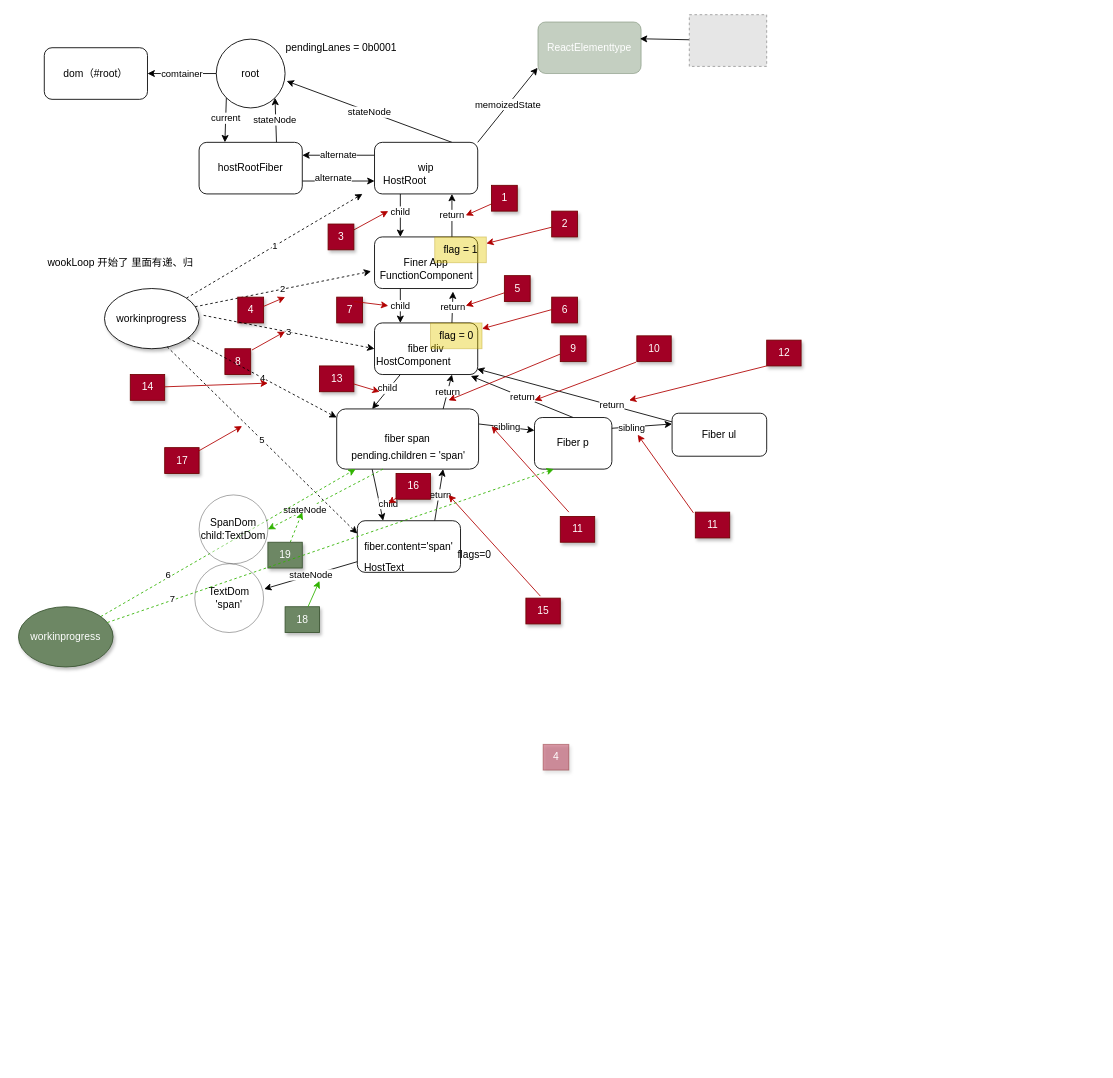
The draw.io diagram doc/sibling2.drawio in liuwei1992/mini_react, before the edit. Source tidied: cells renumbered, new cells numbered last; positions are measured from the earlier drawing's top-left corner, leaving out a move shared by most shapes. Both pictures are drawn from the tidied source at 86%, with x=0, y=0 at pixel (18, 15). Pictures stored in the file or linked from it are replaced by grey dashed boxes.
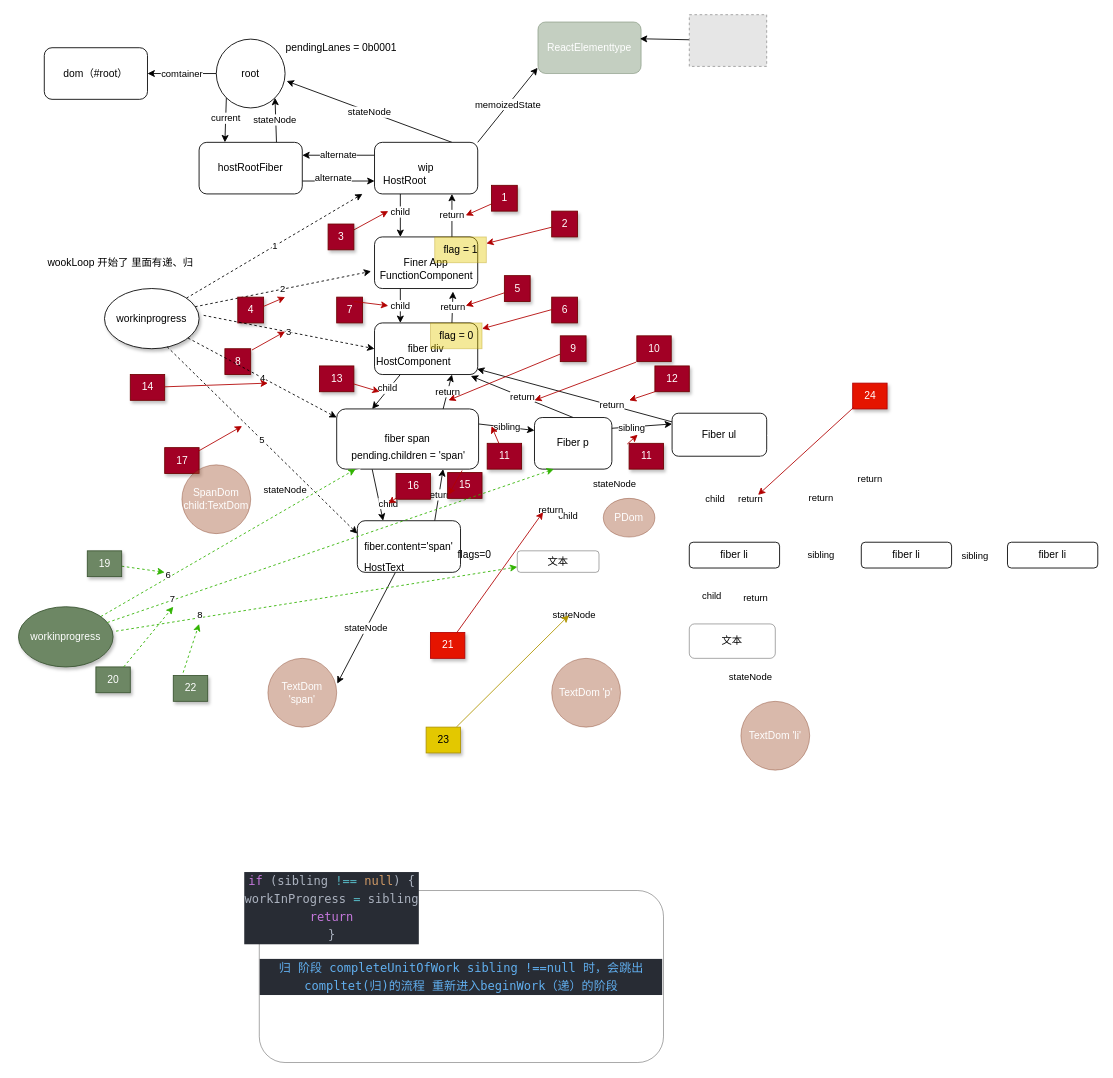
The same page after the edit.

Commit message (it also covers changes not shown here):
sibling 画图更新

Unchanged cells that the change refers to:
```xml
<mxCell id="30" value="Fiber p" style="rounded=1;whiteSpace=wrap;html=1;" parent="1" vertex="1">
  <mxGeometry x="600" y="468" width="90" height="60" as="geometry" />
</mxCell>
<mxCell id="33" value="Fiber ul" style="rounded=1;whiteSpace=wrap;html=1;" parent="1" vertex="1">
  <mxGeometry x="760" y="463" width="110" height="50" as="geometry" />
</mxCell>
<mxCell id="38" value="pending.children = 'span'" style="text;html=1;align=center;verticalAlign=middle;points=[];strokeColor=none;fillColor=none;" parent="1" vertex="1">
  <mxGeometry x="372.5" y="498" width="160" height="30" as="geometry" />
</mxCell>
```

The edit, as a diff of the source:
```diff
@@
+    <mxCell id="106" value="stateNode" style="edgeStyle=none;html=1;entryX=0.5;entryY=0;entryDx=0;entryDy=0;strokeColor=#FFFFFF;" parent="1" edge="1" source="30" target="110">
+      <mxGeometry relative="1" as="geometry" />
+    </mxCell>
+    <mxCell id="107" style="edgeStyle=none;html=1;entryX=0.597;entryY=-0.035;entryDx=0;entryDy=0;entryPerimeter=0;strokeColor=#FFFFFF;" parent="1" edge="1" source="30" target="113">
+      <mxGeometry relative="1" as="geometry" />
+    </mxCell>
+    <mxCell id="108" value="child" style="edgeLabel;html=1;align=center;verticalAlign=middle;" parent="107" vertex="1">
+      <mxGeometry x="0.15" y="-1" relative="1" as="geometry" />
+    </mxCell>
@@
+    <mxCell id="109" value="child" style="edgeStyle=none;html=1;entryX=0.25;entryY=0;entryDx=0;entryDy=0;strokeColor=#FFFFFF;" parent="1" edge="1" source="33" target="127">
+      <mxGeometry relative="1" as="geometry" />
+    </mxCell>
@@
-    <mxCell id="36" style="edgeStyle=none;html=1;entryX=1;entryY=0.5;entryDx=0;entryDy=0;dashed=1;strokeColor=#30b300;" parent="1" edge="1" source="38" target="102">
+    <mxCell id="36" style="edgeStyle=none;html=1;entryX=1;entryY=0.5;entryDx=0;entryDy=0;strokeColor=#FFFFFF;" parent="1" edge="1" source="38" target="102">
       <mxGeometry relative="1" as="geometry" />
     </mxCell>
@@
-    <mxCell id="69" value="4" style="text;html=1;align=center;verticalAlign=middle;strokeColor=#6F0000;fillColor=#a20025;shadow=1;fontColor=#ffffff;opacity=40;" parent="1" vertex="1">
-      <mxGeometry x="610" y="848" width="30" height="30" as="geometry" />
-    </mxCell>
@@
     <mxCell id="78" value="11" style="text;html=1;align=center;verticalAlign=middle;points=[];strokeColor=#6F0000;fillColor=#a20025;shadow=1;fontColor=#ffffff;" parent="1" vertex="1">
-      <mxGeometry x="630" y="583" width="40" height="30" as="geometry" />
+      <mxGeometry x="545" y="498" width="40" height="30" as="geometry" />
     </mxCell>
-    <mxCell id="79" style="edgeStyle=none;html=1;fillColor=#e51400;strokeColor=#B20000;" parent="1" edge="1">
+    <mxCell id="79" style="edgeStyle=none;html=1;fillColor=#e51400;strokeColor=#B20000;" parent="1" edge="1" source="78">
       <mxGeometry relative="1" as="geometry">
-        <mxPoint x="640" y="578" as="sourcePoint" />
         <mxPoint x="550" y="478" as="targetPoint" />
       </mxGeometry>
     </mxCell>
     <mxCell id="80" value="12" style="text;html=1;align=center;verticalAlign=middle;points=[];strokeColor=#6F0000;fillColor=#a20025;shadow=1;fontColor=#ffffff;" parent="1" vertex="1">
-      <mxGeometry x="870" y="378" width="40" height="30" as="geometry" />
+      <mxGeometry x="740" y="408" width="40" height="30" as="geometry" />
     </mxCell>
@@
     <mxCell id="82" value="11" style="text;html=1;align=center;verticalAlign=middle;points=[];strokeColor=#6F0000;fillColor=#a20025;shadow=1;fontColor=#ffffff;" parent="1" vertex="1">
-      <mxGeometry x="787" y="578" width="40" height="30" as="geometry" />
+      <mxGeometry x="710" y="498" width="40" height="30" as="geometry" />
     </mxCell>
@@
     <mxCell id="89" value="15" style="text;html=1;align=center;verticalAlign=middle;points=[];strokeColor=#6F0000;fillColor=#a20025;shadow=1;fontColor=#ffffff;" parent="1" vertex="1">
-      <mxGeometry x="590" y="678" width="40" height="30" as="geometry" />
+      <mxGeometry x="499" y="532" width="40" height="30" as="geometry" />
     </mxCell>
@@
-    <mxCell id="97" value="TextDom 'span'" style="ellipse;whiteSpace=wrap;html=1;opacity=40;" parent="1" vertex="1">
-      <mxGeometry x="205" y="638" width="80" height="80" as="geometry" />
+    <mxCell id="97" value="TextDom 'span'" style="ellipse;whiteSpace=wrap;html=1;opacity=40;fillColor=#a0522d;fontColor=#ffffff;strokeColor=#6D1F00;" parent="1" vertex="1">
+      <mxGeometry x="290" y="748" width="80" height="80" as="geometry" />
     </mxCell>
-    <mxCell id="98" value="18" style="text;html=1;align=center;verticalAlign=middle;points=[];strokeColor=#3A5431;fillColor=#6d8764;shadow=1;fontColor=#ffffff;" parent="1" vertex="1">
-      <mxGeometry x="310" y="688" width="40" height="30" as="geometry" />
-    </mxCell>
-    <mxCell id="99" style="edgeStyle=none;html=1;fillColor=#e51400;strokeColor=#30b300;" parent="1" edge="1" source="98">
-      <mxGeometry relative="1" as="geometry">
-        <mxPoint x="350" y="658" as="targetPoint" />
-      </mxGeometry>
-    </mxCell>
@@
-    <mxCell id="102" value="SpanDom&lt;br&gt;child:TextDom" style="ellipse;whiteSpace=wrap;html=1;opacity=40;" parent="1" vertex="1">
-      <mxGeometry x="210" y="558" width="80" height="80" as="geometry" />
+    <mxCell id="102" value="SpanDom&lt;br&gt;child:TextDom" style="ellipse;whiteSpace=wrap;html=1;opacity=40;fillColor=#a0522d;fontColor=#ffffff;strokeColor=#6D1F00;" parent="1" vertex="1">
+      <mxGeometry x="190" y="523" width="80" height="80" as="geometry" />
     </mxCell>
     <mxCell id="103" style="edgeStyle=none;html=1;dashed=1;strokeColor=#30b300;" parent="1" edge="1" source="104">
       <mxGeometry relative="1" as="geometry">
-        <mxPoint x="330" y="578" as="targetPoint" />
+        <mxPoint x="170" y="648" as="targetPoint" />
       </mxGeometry>
     </mxCell>
     <mxCell id="104" value="19" style="text;html=1;align=center;verticalAlign=middle;points=[];strokeColor=#3A5431;fillColor=#6d8764;shadow=1;fontColor=#ffffff;" parent="1" vertex="1">
-      <mxGeometry x="290" y="613" width="40" height="30" as="geometry" />
+      <mxGeometry x="80" y="623" width="40" height="30" as="geometry" />
     </mxCell>
@@
+    <mxCell id="110" value="PDom" style="ellipse;whiteSpace=wrap;html=1;opacity=40;fillColor=#a0522d;fontColor=#ffffff;strokeColor=#6D1F00;" parent="1" vertex="1">
+      <mxGeometry x="680" y="562" width="60" height="45" as="geometry" />
+    </mxCell>
+    <mxCell id="111" value="return" style="edgeStyle=none;html=1;exitX=0.25;exitY=0;exitDx=0;exitDy=0;strokeColor=#FFFFFF;" parent="1" edge="1" source="113" target="30">
+      <mxGeometry relative="1" as="geometry" />
+    </mxCell>
+    <mxCell id="112" value="stateNode" style="edgeStyle=none;html=1;entryX=0.5;entryY=0;entryDx=0;entryDy=0;strokeColor=#FFFFFF;" parent="1" edge="1" source="113" target="121">
+      <mxGeometry relative="1" as="geometry" />
+    </mxCell>
+    <mxCell id="113" value="文本" style="rounded=1;whiteSpace=wrap;html=1;opacity=40;" parent="1" vertex="1">
+      <mxGeometry x="580" y="623" width="95" height="25" as="geometry" />
+    </mxCell>
+    <mxCell id="114" style="edgeStyle=none;html=1;strokeColor=#B20000;fillColor=#e51400;" parent="1" edge="1" source="115">
+      <mxGeometry relative="1" as="geometry">
+        <mxPoint x="610" y="578" as="targetPoint" />
+      </mxGeometry>
+    </mxCell>
+    <mxCell id="115" value="21" style="text;html=1;align=center;verticalAlign=middle;points=[];strokeColor=#B20000;fillColor=#e51400;shadow=1;fontColor=#ffffff;" parent="1" vertex="1">
+      <mxGeometry x="479" y="718" width="40" height="30" as="geometry" />
+    </mxCell>
+    <mxCell id="116" value="20" style="text;html=1;align=center;verticalAlign=middle;points=[];strokeColor=#3A5431;fillColor=#6d8764;shadow=1;fontColor=#ffffff;" parent="1" vertex="1">
+      <mxGeometry x="90" y="758" width="40" height="30" as="geometry" />
+    </mxCell>
+    <mxCell id="117" style="edgeStyle=none;html=1;dashed=1;strokeColor=#30b300;" parent="1" edge="1" source="116">
+      <mxGeometry relative="1" as="geometry">
+        <mxPoint x="180" y="688" as="targetPoint" />
+      </mxGeometry>
+    </mxCell>
+    <mxCell id="118" value="8" style="edgeStyle=none;html=1;strokeColor=#30b300;dashed=1;entryX=0;entryY=0.75;entryDx=0;entryDy=0;" parent="1" edge="1" target="113">
+      <mxGeometry x="-0.58" y="3" relative="1" as="geometry">
+        <mxPoint x="113.4" y="716.4" as="sourcePoint" />
+      </mxGeometry>
+    </mxCell>
+    <mxCell id="119" value="22" style="text;html=1;align=center;verticalAlign=middle;points=[];strokeColor=#3A5431;fillColor=#6d8764;shadow=1;fontColor=#ffffff;" parent="1" vertex="1">
+      <mxGeometry x="180" y="768" width="40" height="30" as="geometry" />
+    </mxCell>
+    <mxCell id="120" style="edgeStyle=none;html=1;dashed=1;strokeColor=#30b300;exitX=0.286;exitY=-0.111;exitDx=0;exitDy=0;exitPerimeter=0;" parent="1" edge="1" source="119">
+      <mxGeometry relative="1" as="geometry">
+        <mxPoint x="210" y="708" as="targetPoint" />
+      </mxGeometry>
+    </mxCell>
+    <mxCell id="121" value="TextDom 'p'" style="ellipse;whiteSpace=wrap;html=1;opacity=40;fillColor=#a0522d;fontColor=#ffffff;strokeColor=#6D1F00;" parent="1" vertex="1">
+      <mxGeometry x="620" y="748" width="80" height="80" as="geometry" />
+    </mxCell>
+    <mxCell id="122" style="edgeStyle=none;html=1;strokeColor=#B09500;fillColor=#e3c800;" parent="1" edge="1" source="123">
+      <mxGeometry relative="1" as="geometry">
+        <mxPoint x="640" y="698" as="targetPoint" />
+      </mxGeometry>
+    </mxCell>
+    <mxCell id="123" value="23" style="text;html=1;align=center;verticalAlign=middle;points=[];strokeColor=#B09500;fillColor=#e3c800;shadow=1;fontColor=#000000;" parent="1" vertex="1">
+      <mxGeometry x="474" y="828" width="40" height="30" as="geometry" />
+    </mxCell>
+    <mxCell id="124" value="return" style="edgeStyle=none;html=1;exitX=0.75;exitY=0;exitDx=0;exitDy=0;entryX=0.75;entryY=1;entryDx=0;entryDy=0;strokeColor=#FFFFFF;" parent="1" edge="1" source="127" target="33">
+      <mxGeometry relative="1" as="geometry" />
+    </mxCell>
+    <mxCell id="125" value="sibling" style="edgeStyle=none;html=1;entryX=0;entryY=0.5;entryDx=0;entryDy=0;strokeColor=#FFFFFF;" parent="1" edge="1" source="127" target="132">
+      <mxGeometry relative="1" as="geometry" />
+    </mxCell>
+    <mxCell id="126" value="child" style="edgeStyle=none;html=1;exitX=0.25;exitY=1;exitDx=0;exitDy=0;entryX=0.25;entryY=0;entryDx=0;entryDy=0;strokeColor=#FFFFFF;" parent="1" edge="1" source="127" target="139">
+      <mxGeometry relative="1" as="geometry" />
+    </mxCell>
+    <mxCell id="127" value="fiber li" style="whiteSpace=wrap;html=1;rounded=1;" parent="1" vertex="1">
+      <mxGeometry x="780" y="613" width="105" height="30" as="geometry" />
+    </mxCell>
+    <mxCell id="128" style="edgeStyle=none;html=1;entryX=0.924;entryY=1.008;entryDx=0;entryDy=0;entryPerimeter=0;strokeColor=#FFFFFF;" parent="1" edge="1" source="132" target="33">
+      <mxGeometry relative="1" as="geometry" />
+    </mxCell>
+    <mxCell id="129" value="return" style="edgeLabel;html=1;align=center;verticalAlign=middle;" parent="128" vertex="1">
+      <mxGeometry x="0.04" relative="1" as="geometry" />
+    </mxCell>
+    <mxCell id="130" style="edgeStyle=none;html=1;entryX=0;entryY=0.5;entryDx=0;entryDy=0;strokeColor=#FFFFFF;" parent="1" edge="1" source="132" target="135">
+      <mxGeometry relative="1" as="geometry" />
+    </mxCell>
+    <mxCell id="131" value="sibling" style="edgeLabel;html=1;align=center;verticalAlign=middle;" parent="130" vertex="1">
+      <mxGeometry x="-0.21" relative="1" as="geometry" />
+    </mxCell>
+    <mxCell id="132" value="fiber li" style="whiteSpace=wrap;html=1;rounded=1;" parent="1" vertex="1">
+      <mxGeometry x="980" y="613" width="105" height="30" as="geometry" />
+    </mxCell>
+    <mxCell id="133" style="edgeStyle=none;html=1;entryX=1;entryY=0.5;entryDx=0;entryDy=0;strokeColor=#FFFFFF;" parent="1" edge="1" source="135" target="33">
+      <mxGeometry relative="1" as="geometry" />
+    </mxCell>
+    <mxCell id="134" value="return" style="edgeLabel;html=1;align=center;verticalAlign=middle;" parent="133" vertex="1">
+      <mxGeometry x="0.19" y="1" relative="1" as="geometry" />
+    </mxCell>
+    <mxCell id="135" value="fiber li" style="whiteSpace=wrap;html=1;rounded=1;" parent="1" vertex="1">
+      <mxGeometry x="1150" y="613" width="105" height="30" as="geometry" />
+    </mxCell>
+    <mxCell id="136" value="return" style="edgeStyle=none;html=1;exitX=0.75;exitY=0;exitDx=0;exitDy=0;strokeColor=#FFFFFF;" parent="1" edge="1" source="139">
+      <mxGeometry relative="1" as="geometry">
+        <mxPoint x="860" y="648" as="targetPoint" />
+      </mxGeometry>
+    </mxCell>
+    <mxCell id="137" style="edgeStyle=none;html=1;exitX=0.5;exitY=1;exitDx=0;exitDy=0;entryX=0.5;entryY=0;entryDx=0;entryDy=0;strokeColor=#FFFFFF;" parent="1" edge="1" source="139" target="142">
+      <mxGeometry relative="1" as="geometry" />
+    </mxCell>
+    <mxCell id="138" value="stateNode" style="edgeLabel;html=1;align=center;verticalAlign=middle;" parent="137" vertex="1">
+      <mxGeometry x="-0.18" relative="1" as="geometry">
+        <mxPoint y="1" as="offset" />
+      </mxGeometry>
+    </mxCell>
+    <mxCell id="139" value="文本" style="rounded=1;whiteSpace=wrap;html=1;opacity=40;" parent="1" vertex="1">
+      <mxGeometry x="780" y="708" width="100" height="40" as="geometry" />
+    </mxCell>
+    <mxCell id="140" value="&lt;div style=&quot;color: rgb(171, 178, 191); background-color: rgb(40, 44, 52); font-family: Menlo, Monaco, &amp;quot;Courier New&amp;quot;, monospace; font-size: 14px; line-height: 21px;&quot;&gt;&lt;span style=&quot;color: #61afef;&quot;&gt;归 阶段 completeUnitOfWork sibling !==null 时，会跳出 compltet(归)的流程 重新进入beginWork（递）的阶段&lt;/span&gt;&lt;/div&gt;" style="rounded=1;whiteSpace=wrap;html=1;opacity=40;" parent="1" vertex="1">
+      <mxGeometry x="280" y="1018" width="470" height="200" as="geometry" />
+    </mxCell>
+    <mxCell id="141" value="&lt;div style=&quot;color: rgb(171, 178, 191); background-color: rgb(40, 44, 52); font-family: Menlo, Monaco, &amp;quot;Courier New&amp;quot;, monospace; font-weight: normal; font-size: 14px; line-height: 21px;&quot;&gt;&lt;div&gt;&lt;span style=&quot;color: #abb2bf;&quot;&gt; &lt;/span&gt;&lt;span style=&quot;color: #c678dd;&quot;&gt;if&lt;/span&gt;&lt;span style=&quot;color: #abb2bf;&quot;&gt; (sibling &lt;/span&gt;&lt;span style=&quot;color: #56b6c2;&quot;&gt;!==&lt;/span&gt;&lt;span style=&quot;color: #abb2bf;&quot;&gt; &lt;/span&gt;&lt;span style=&quot;color: #d19a66;&quot;&gt;null&lt;/span&gt;&lt;span style=&quot;color: #abb2bf;&quot;&gt;) {&lt;/span&gt;&lt;/div&gt;&lt;div&gt;&lt;span style=&quot;color: #abb2bf;&quot;&gt;      workInProgress &lt;/span&gt;&lt;span style=&quot;color: #56b6c2;&quot;&gt;=&lt;/span&gt;&lt;span style=&quot;color: #abb2bf;&quot;&gt; sibling&lt;/span&gt;&lt;/div&gt;&lt;div&gt;&lt;span style=&quot;color: #abb2bf;&quot;&gt;      &lt;/span&gt;&lt;span style=&quot;color: #c678dd;&quot;&gt;return&lt;/span&gt;&lt;/div&gt;&lt;div&gt;&lt;span style=&quot;color: #abb2bf;&quot;&gt;    }&lt;/span&gt;&lt;/div&gt;&lt;/div&gt;" style="text;html=1;align=center;verticalAlign=middle;strokeColor=none;fillColor=none;opacity=40;" parent="1" vertex="1">
+      <mxGeometry x="249" y="988" width="230" height="100" as="geometry" />
+    </mxCell>
+    <mxCell id="142" value="TextDom 'li'" style="ellipse;whiteSpace=wrap;html=1;opacity=40;fillColor=#a0522d;fontColor=#ffffff;strokeColor=#6D1F00;" parent="1" vertex="1">
+      <mxGeometry x="840" y="798" width="80" height="80" as="geometry" />
+    </mxCell>
+    <mxCell id="143" value="24" style="text;html=1;align=center;verticalAlign=middle;points=[];strokeColor=#B20000;fillColor=#e51400;shadow=1;fontColor=#ffffff;" parent="1" vertex="1">
+      <mxGeometry x="970" y="428" width="40" height="30" as="geometry" />
+    </mxCell>
+    <mxCell id="144" style="edgeStyle=none;html=1;fillColor=#e51400;strokeColor=#B20000;exitX=0.025;exitY=0.945;exitDx=0;exitDy=0;exitPerimeter=0;" parent="1" edge="1" source="143">
+      <mxGeometry relative="1" as="geometry">
+        <mxPoint x="860" y="558" as="targetPoint" />
+      </mxGeometry>
+    </mxCell>
```
